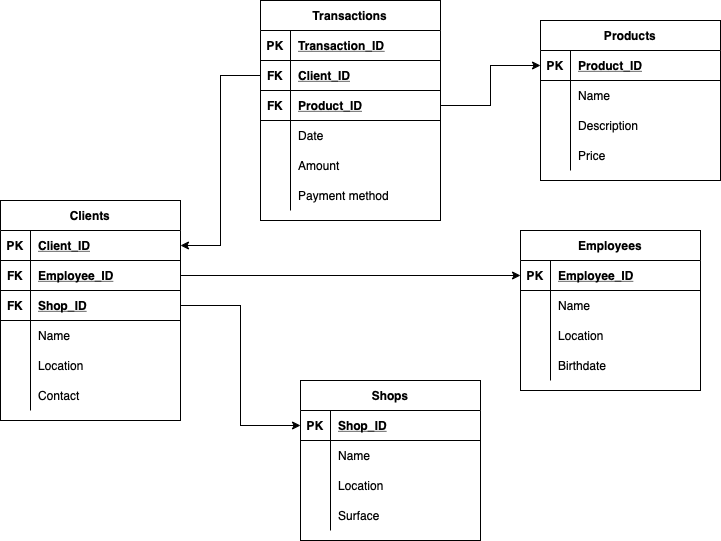
This is Module01/Relational database diagram.drawio.png from eric-martinet/IRONLABS, a draw.io export, as it was before one commit. Source tidied: cells renumbered, new cells last; positions are measured from the earlier drawing's top-left corner, leaving out a move shared by most shapes.
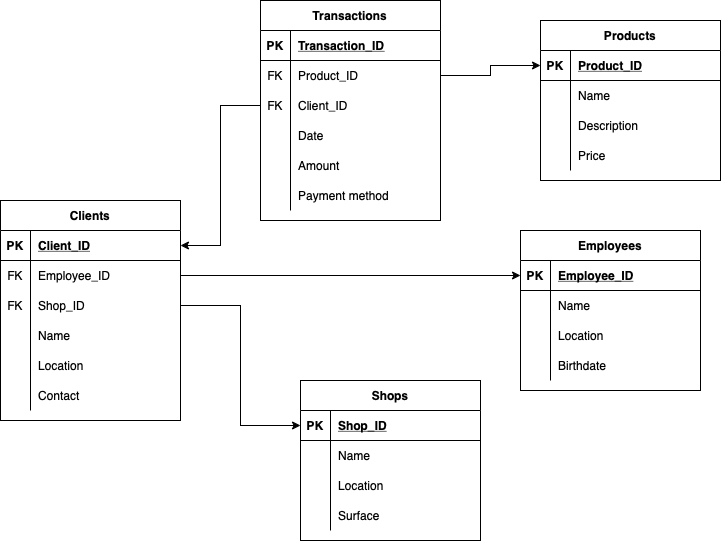
After the commit.

Diff of the diagram source:
```diff
@@ -14,22 +14,22 @@
     <mxCell id="5" value="Client_ID" style="shape=partialRectangle;fillColor=none;top=0;left=0;bottom=0;right=0;align=left;spacingLeft=6;fontStyle=5;overflow=hidden;" parent="3" vertex="1">
       <mxGeometry x="30" width="150" height="30" as="geometry" />
     </mxCell>
-    <mxCell id="6" style="shape=tableRow;horizontal=0;startSize=0;swimlaneHead=0;swimlaneBody=0;fillColor=none;points=[[0,0.5],[1,0.5]];portConstraint=eastwest;top=0;left=0;right=0;bottom=1;" parent="2" vertex="1">
-      <mxGeometry y="60" width="180" height="30" as="geometry" />
-    </mxCell>
-    <mxCell id="7" value="FK" style="shape=partialRectangle;fillColor=none;top=0;left=0;bottom=0;right=0;fontStyle=1;overflow=hidden;" parent="6" vertex="1">
-      <mxGeometry width="30" height="30" as="geometry" />
-    </mxCell>
+    <mxCell id="83" style="shape=tableRow;horizontal=0;startSize=0;swimlaneHead=0;swimlaneBody=0;fillColor=none;points=[[0,0.5],[1,0.5]];portConstraint=eastwest;top=0;left=0;right=0;bottom=0;strokeColor=default;" parent="2" vertex="1">
+      <mxGeometry y="60" width="180" height="30" as="geometry" />
+    </mxCell>
+    <mxCell id="84" value="FK" style="shape=partialRectangle;fillColor=none;top=0;left=0;bottom=0;right=0;fontStyle=0;overflow=hidden;strokeColor=default;" parent="83" vertex="1">
+      <mxGeometry width="30" height="30" as="geometry" />
+    </mxCell>
-    <mxCell id="8" value="Employee_ID" style="shape=partialRectangle;fillColor=none;top=0;left=0;bottom=0;right=0;align=left;spacingLeft=6;fontStyle=5;overflow=hidden;" parent="6" vertex="1">
+    <mxCell id="8" value="Employee_ID" style="shape=partialRectangle;fillColor=none;top=0;left=0;bottom=0;right=0;align=left;spacingLeft=6;fontStyle=0;overflow=hidden;strokeColor=default;" parent="83" vertex="1">
       <mxGeometry x="30" width="150" height="30" as="geometry" />
     </mxCell>
-    <mxCell id="9" style="shape=tableRow;horizontal=0;startSize=0;swimlaneHead=0;swimlaneBody=0;fillColor=none;points=[[0,0.5],[1,0.5]];portConstraint=eastwest;top=0;left=0;right=0;bottom=1;" parent="2" vertex="1">
-      <mxGeometry y="90" width="180" height="30" as="geometry" />
-    </mxCell>
-    <mxCell id="10" value="FK" style="shape=partialRectangle;fillColor=none;top=0;left=0;bottom=0;right=0;fontStyle=1;overflow=hidden;" parent="9" vertex="1">
-      <mxGeometry width="30" height="30" as="geometry" />
-    </mxCell>
+    <mxCell id="85" style="shape=tableRow;horizontal=0;startSize=0;swimlaneHead=0;swimlaneBody=0;fillColor=none;points=[[0,0.5],[1,0.5]];portConstraint=eastwest;top=0;left=0;right=0;bottom=0;strokeColor=default;" parent="2" vertex="1">
+      <mxGeometry y="90" width="180" height="30" as="geometry" />
+    </mxCell>
+    <mxCell id="86" value="FK" style="shape=partialRectangle;fillColor=none;top=0;left=0;bottom=0;right=0;fontStyle=0;overflow=hidden;strokeColor=default;" parent="85" vertex="1">
+      <mxGeometry width="30" height="30" as="geometry" />
+    </mxCell>
-    <mxCell id="11" value="Shop_ID" style="shape=partialRectangle;fillColor=none;top=0;left=0;bottom=0;right=0;align=left;spacingLeft=6;fontStyle=5;overflow=hidden;" parent="9" vertex="1">
+    <mxCell id="11" value="Shop_ID" style="shape=partialRectangle;fillColor=none;top=0;left=0;bottom=0;right=0;align=left;spacingLeft=6;fontStyle=0;overflow=hidden;strokeColor=default;" parent="85" vertex="1">
       <mxGeometry x="30" width="150" height="30" as="geometry" />
     </mxCell>
     <mxCell id="12" style="shape=tableRow;horizontal=0;startSize=0;swimlaneHead=0;swimlaneBody=0;fillColor=none;top=0;left=0;right=0;bottom=0;" parent="2" vertex="1">
@@ -176,12 +176,6 @@
     <mxCell id="59" value="Surface" style="shape=partialRectangle;fillColor=none;top=0;left=0;bottom=0;right=0;align=left;spacingLeft=6;overflow=hidden;" parent="57" vertex="1">
       <mxGeometry x="30" width="150" height="30" as="geometry" />
     </mxCell>
-    <mxCell id="60" style="edgeStyle=orthogonalEdgeStyle;rounded=0;jettySize=auto;html=1;exitX=1;exitY=0.5;exitDx=0;exitDy=0;entryX=0;entryY=0.5;entryDx=0;entryDy=0;" parent="1" edge="1" source="6" target="22">
-      <mxGeometry relative="1" as="geometry" />
-    </mxCell>
-    <mxCell id="61" style="edgeStyle=orthogonalEdgeStyle;rounded=0;jettySize=auto;html=1;exitX=1;exitY=0.5;exitDx=0;exitDy=0;entryX=0;entryY=0.5;entryDx=0;entryDy=0;" parent="1" edge="1" source="9" target="48">
-      <mxGeometry relative="1" as="geometry" />
-    </mxCell>
     <mxCell id="62" value="Transactions" style="shape=table;startSize=30;rowLines=0;fontStyle=1;align=center;strokeColor=default;" parent="1" vertex="1">
       <mxGeometry x="260" width="180" height="220" as="geometry" />
     </mxCell>
@@ -194,24 +188,24 @@
     <mxCell id="65" value="Transaction_ID" style="shape=partialRectangle;fillColor=none;top=0;left=0;bottom=0;right=0;align=left;spacingLeft=6;fontStyle=5;overflow=hidden;strokeColor=default;" parent="63" vertex="1">
       <mxGeometry x="30" width="150" height="30" as="geometry" />
     </mxCell>
-    <mxCell id="66" style="shape=tableRow;horizontal=0;startSize=0;swimlaneHead=0;swimlaneBody=0;fillColor=none;points=[[0,0.5],[1,0.5]];portConstraint=eastwest;top=0;left=0;right=0;bottom=1;strokeColor=default;" parent="62" vertex="1">
-      <mxGeometry y="60" width="180" height="30" as="geometry" />
-    </mxCell>
-    <mxCell id="67" value="FK" style="shape=partialRectangle;fillColor=none;top=0;left=0;bottom=0;right=0;fontStyle=1;overflow=hidden;strokeColor=default;" parent="66" vertex="1">
-      <mxGeometry width="30" height="30" as="geometry" />
-    </mxCell>
+    <mxCell id="87" style="shape=tableRow;horizontal=0;startSize=0;swimlaneHead=0;swimlaneBody=0;fillColor=none;points=[[0,0.5],[1,0.5]];portConstraint=eastwest;top=0;left=0;right=0;bottom=0;strokeColor=default;" parent="62" vertex="1">
+      <mxGeometry y="60" width="180" height="30" as="geometry" />
+    </mxCell>
+    <mxCell id="88" value="FK" style="shape=partialRectangle;fillColor=none;top=0;left=0;bottom=0;right=0;fontStyle=0;overflow=hidden;strokeColor=default;" parent="87" vertex="1">
+      <mxGeometry width="30" height="30" as="geometry" />
+    </mxCell>
+    <mxCell id="71" value="Product_ID" style="shape=partialRectangle;fillColor=none;top=0;left=0;bottom=0;right=0;align=left;spacingLeft=6;fontStyle=0;overflow=hidden;strokeColor=default;" parent="87" vertex="1">
+      <mxGeometry x="30" width="150" height="30" as="geometry" />
+    </mxCell>
+    <mxCell id="89" style="shape=tableRow;horizontal=0;startSize=0;swimlaneHead=0;swimlaneBody=0;fillColor=none;points=[[0,0.5],[1,0.5]];portConstraint=eastwest;top=0;left=0;right=0;bottom=0;strokeColor=default;" parent="62" vertex="1">
+      <mxGeometry y="90" width="180" height="30" as="geometry" />
+    </mxCell>
+    <mxCell id="90" value="FK" style="shape=partialRectangle;fillColor=none;top=0;left=0;bottom=0;right=0;fontStyle=0;overflow=hidden;strokeColor=default;" parent="89" vertex="1">
+      <mxGeometry width="30" height="30" as="geometry" />
+    </mxCell>
-    <mxCell id="68" value="Client_ID" style="shape=partialRectangle;fillColor=none;top=0;left=0;bottom=0;right=0;align=left;spacingLeft=6;fontStyle=5;overflow=hidden;strokeColor=default;" parent="66" vertex="1">
+    <mxCell id="68" value="Client_ID" style="shape=partialRectangle;fillColor=none;top=0;left=0;bottom=0;right=0;align=left;spacingLeft=6;fontStyle=0;overflow=hidden;strokeColor=default;" parent="89" vertex="1">
       <mxGeometry x="30" width="150" height="30" as="geometry" />
     </mxCell>
-    <mxCell id="69" style="shape=tableRow;horizontal=0;startSize=0;swimlaneHead=0;swimlaneBody=0;fillColor=none;points=[[0,0.5],[1,0.5]];portConstraint=eastwest;top=0;left=0;right=0;bottom=1;strokeColor=default;" parent="62" vertex="1">
-      <mxGeometry y="90" width="180" height="30" as="geometry" />
-    </mxCell>
-    <mxCell id="70" value="FK" style="shape=partialRectangle;fillColor=none;top=0;left=0;bottom=0;right=0;fontStyle=1;overflow=hidden;strokeColor=default;" parent="69" vertex="1">
-      <mxGeometry width="30" height="30" as="geometry" />
-    </mxCell>
-    <mxCell id="71" value="Product_ID" style="shape=partialRectangle;fillColor=none;top=0;left=0;bottom=0;right=0;align=left;spacingLeft=6;fontStyle=5;overflow=hidden;strokeColor=default;" parent="69" vertex="1">
-      <mxGeometry x="30" width="150" height="30" as="geometry" />
-    </mxCell>
     <mxCell id="72" style="shape=tableRow;horizontal=0;startSize=0;swimlaneHead=0;swimlaneBody=0;fillColor=none;top=0;left=0;right=0;bottom=0;strokeColor=default;" parent="62" vertex="1">
       <mxGeometry y="120" width="180" height="30" as="geometry" />
     </mxCell>
@@ -239,11 +233,17 @@
     <mxCell id="80" value="Payment method" style="shape=partialRectangle;fillColor=none;top=0;left=0;bottom=0;right=0;align=left;spacingLeft=6;overflow=hidden;strokeColor=default;" parent="78" vertex="1">
       <mxGeometry x="30" width="150" height="30" as="geometry" />
     </mxCell>
-    <mxCell id="81" style="edgeStyle=orthogonalEdgeStyle;rounded=0;jettySize=auto;html=1;exitX=0;exitY=0.5;exitDx=0;exitDy=0;entryX=1;entryY=0.5;entryDx=0;entryDy=0;" parent="1" edge="1" source="66" target="3">
-      <mxGeometry relative="1" as="geometry" />
-    </mxCell>
-    <mxCell id="82" style="edgeStyle=orthogonalEdgeStyle;rounded=0;jettySize=auto;html=1;exitX=1;exitY=0.5;exitDx=0;exitDy=0;entryX=0;entryY=0.5;entryDx=0;entryDy=0;" parent="1" edge="1" source="69" target="35">
-      <mxGeometry relative="1" as="geometry" />
-    </mxCell>
+    <mxCell id="91" style="edgeStyle=orthogonalEdgeStyle;rounded=0;jettySize=auto;html=1;exitX=1;exitY=0.5;exitDx=0;exitDy=0;entryX=0;entryY=0.5;entryDx=0;entryDy=0;" parent="1" edge="1" source="83" target="22">
+      <mxGeometry relative="1" as="geometry" />
+    </mxCell>
+    <mxCell id="92" style="edgeStyle=orthogonalEdgeStyle;rounded=0;jettySize=auto;html=1;exitX=1;exitY=0.5;exitDx=0;exitDy=0;entryX=0;entryY=0.5;entryDx=0;entryDy=0;" parent="1" edge="1" source="85" target="48">
+      <mxGeometry relative="1" as="geometry" />
+    </mxCell>
+    <mxCell id="93" style="edgeStyle=orthogonalEdgeStyle;rounded=0;jettySize=auto;html=1;exitX=1;exitY=0.5;exitDx=0;exitDy=0;entryX=0;entryY=0.5;entryDx=0;entryDy=0;" parent="1" edge="1" source="87" target="35">
+      <mxGeometry relative="1" as="geometry" />
+    </mxCell>
+    <mxCell id="94" style="edgeStyle=orthogonalEdgeStyle;rounded=0;jettySize=auto;html=1;exitX=0;exitY=0.5;exitDx=0;exitDy=0;entryX=1;entryY=0.5;entryDx=0;entryDy=0;" parent="1" edge="1" source="89" target="3">
+      <mxGeometry relative="1" as="geometry" />
+    </mxCell>
   </root>
 </mxGraphModel>
```
